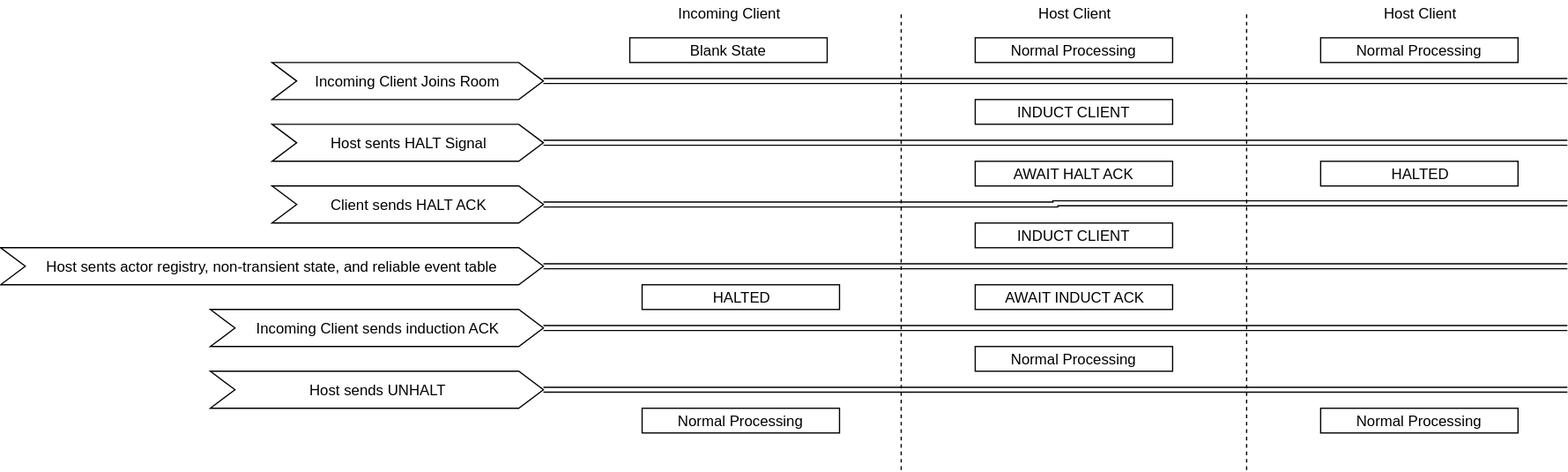
Above: doc/TypicalConnect.svg in Flynnn/ReActorNet (draw.io), before the change. Source tidied: cells renumbered, new cells last; positions are measured from the earlier drawing's top-left corner, leaving out a move shared by most shapes. Source of this version:
```xml
<mxGraphModel>
  <root>
    <mxCell id="0" />
    <mxCell id="1" parent="0" />
    <mxCell id="2" style="endArrow=none;dashed=1;html=1;" parent="1" edge="1">
      <mxGeometry relative="1" as="geometry">
        <mxPoint x="730" y="380" as="sourcePoint" />
        <mxPoint x="730" y="10" as="targetPoint" />
      </mxGeometry>
    </mxCell>
    <mxCell id="3" value="Normal Processing" style="rounded=1;whiteSpace=wrap;html=1;arcSize=0;" parent="1" vertex="1">
      <mxGeometry x="790" y="30" width="160" height="20" as="geometry" />
    </mxCell>
    <mxCell id="4" value="Host Client" style="text;html=1;strokeColor=none;fillColor=none;align=center;verticalAlign=middle;whiteSpace=wrap;rounded=0;" parent="1" vertex="1">
      <mxGeometry x="790" width="160" height="20" as="geometry" />
    </mxCell>
    <mxCell id="5" style="endArrow=none;dashed=1;html=1;" parent="1" edge="1">
      <mxGeometry relative="1" as="geometry">
        <mxPoint x="1010" y="380" as="sourcePoint" />
        <mxPoint x="1010" y="10" as="targetPoint" />
      </mxGeometry>
    </mxCell>
    <mxCell id="6" value="Incoming Client" style="text;html=1;strokeColor=none;fillColor=none;align=center;verticalAlign=middle;whiteSpace=wrap;rounded=0;" parent="1" vertex="1">
      <mxGeometry x="510" width="160" height="20" as="geometry" />
    </mxCell>
    <mxCell id="7" value="Blank State" style="rounded=1;whiteSpace=wrap;html=1;arcSize=0;" parent="1" vertex="1">
      <mxGeometry x="510" y="30" width="160" height="20" as="geometry" />
    </mxCell>
    <mxCell id="8" value="Host Client" style="text;html=1;strokeColor=none;fillColor=none;align=center;verticalAlign=middle;whiteSpace=wrap;rounded=0;" parent="1" vertex="1">
      <mxGeometry x="1070" width="160" height="20" as="geometry" />
    </mxCell>
    <mxCell id="9" value="Normal Processing" style="rounded=1;whiteSpace=wrap;html=1;arcSize=0;" parent="1" vertex="1">
      <mxGeometry x="1070" y="30" width="160" height="20" as="geometry" />
    </mxCell>
    <mxCell id="10" style="edgeStyle=orthogonalEdgeStyle;rounded=0;jettySize=auto;html=1;exitX=1;exitY=0.5;exitDx=0;exitDy=0;shape=link;" parent="1" edge="1" source="11">
      <mxGeometry relative="1" as="geometry">
        <mxPoint x="1270" y="65" as="targetPoint" />
      </mxGeometry>
    </mxCell>
    <mxCell id="11" value="Incoming Client Joins Room" style="shape=step;perimeter=stepPerimeter;whiteSpace=wrap;html=1;fixedSize=1;" parent="1" vertex="1">
      <mxGeometry x="220" y="50" width="220" height="30" as="geometry" />
    </mxCell>
    <mxCell id="12" style="edgeStyle=orthogonalEdgeStyle;rounded=0;jettySize=auto;html=1;exitX=1;exitY=0.5;exitDx=0;exitDy=0;shape=link;" parent="1" edge="1" source="13">
      <mxGeometry relative="1" as="geometry">
        <mxPoint x="1270" y="115" as="targetPoint" />
      </mxGeometry>
    </mxCell>
    <mxCell id="13" value="Host sents HALT Signal" style="shape=step;perimeter=stepPerimeter;whiteSpace=wrap;html=1;fixedSize=1;" parent="1" vertex="1">
      <mxGeometry x="220" y="100" width="220" height="30" as="geometry" />
    </mxCell>
    <mxCell id="14" value="INDUCT CLIENT" style="rounded=1;whiteSpace=wrap;html=1;arcSize=0;" parent="1" vertex="1">
      <mxGeometry x="790" y="80" width="160" height="20" as="geometry" />
    </mxCell>
    <mxCell id="15" style="edgeStyle=orthogonalEdgeStyle;rounded=0;jettySize=auto;html=1;exitX=1;exitY=0.5;exitDx=0;exitDy=0;shape=link;" parent="1" edge="1" source="16">
      <mxGeometry relative="1" as="geometry">
        <mxPoint x="1270" y="164" as="targetPoint" />
      </mxGeometry>
    </mxCell>
    <mxCell id="16" value="Client sends HALT ACK" style="shape=step;perimeter=stepPerimeter;whiteSpace=wrap;html=1;fixedSize=1;" parent="1" vertex="1">
      <mxGeometry x="220" y="150" width="220" height="30" as="geometry" />
    </mxCell>
    <mxCell id="17" style="edgeStyle=orthogonalEdgeStyle;rounded=0;jettySize=auto;html=1;exitX=1;exitY=0.5;exitDx=0;exitDy=0;shape=link;" parent="1" edge="1" source="18">
      <mxGeometry relative="1" as="geometry">
        <mxPoint x="1270" y="215" as="targetPoint" />
      </mxGeometry>
    </mxCell>
    <mxCell id="18" value="Host sents actor registry, non-transient state, and reliable event table" style="shape=step;perimeter=stepPerimeter;whiteSpace=wrap;html=1;fixedSize=1;" parent="1" vertex="1">
      <mxGeometry y="200" width="440" height="30" as="geometry" />
    </mxCell>
    <mxCell id="19" value="HALTED" style="rounded=1;whiteSpace=wrap;html=1;arcSize=0;" parent="1" vertex="1">
      <mxGeometry x="1070" y="130" width="160" height="20" as="geometry" />
    </mxCell>
    <mxCell id="20" value="INDUCT CLIENT" style="rounded=1;whiteSpace=wrap;html=1;arcSize=0;" parent="1" vertex="1">
      <mxGeometry x="790" y="180" width="160" height="20" as="geometry" />
    </mxCell>
    <mxCell id="21" value="HALTED" style="rounded=1;whiteSpace=wrap;html=1;arcSize=0;" parent="1" vertex="1">
      <mxGeometry x="520" y="230" width="160" height="20" as="geometry" />
    </mxCell>
    <mxCell id="22" style="edgeStyle=orthogonalEdgeStyle;rounded=0;jettySize=auto;html=1;exitX=1;exitY=0.5;exitDx=0;exitDy=0;shape=link;" parent="1" edge="1" source="23">
      <mxGeometry relative="1" as="geometry">
        <mxPoint x="1270" y="265" as="targetPoint" />
      </mxGeometry>
    </mxCell>
    <mxCell id="23" value="Incoming Client sends induction ACK" style="shape=step;perimeter=stepPerimeter;whiteSpace=wrap;html=1;fixedSize=1;" parent="1" vertex="1">
      <mxGeometry x="170" y="250" width="270" height="30" as="geometry" />
    </mxCell>
    <mxCell id="24" value="AWAIT HALT ACK" style="rounded=1;whiteSpace=wrap;html=1;arcSize=0;" parent="1" vertex="1">
      <mxGeometry x="790" y="130" width="160" height="20" as="geometry" />
    </mxCell>
    <mxCell id="25" value="AWAIT INDUCT ACK" style="rounded=1;whiteSpace=wrap;html=1;arcSize=0;" parent="1" vertex="1">
      <mxGeometry x="790" y="230" width="160" height="20" as="geometry" />
    </mxCell>
    <mxCell id="26" value="Normal Processing" style="rounded=1;whiteSpace=wrap;html=1;arcSize=0;" parent="1" vertex="1">
      <mxGeometry x="790" y="280" width="160" height="20" as="geometry" />
    </mxCell>
    <mxCell id="27" style="edgeStyle=orthogonalEdgeStyle;rounded=0;jettySize=auto;html=1;exitX=1;exitY=0.5;exitDx=0;exitDy=0;shape=link;" parent="1" edge="1" source="28">
      <mxGeometry relative="1" as="geometry">
        <mxPoint x="1270" y="315" as="targetPoint" />
      </mxGeometry>
    </mxCell>
    <mxCell id="28" value="Host sends UNHALT" style="shape=step;perimeter=stepPerimeter;whiteSpace=wrap;html=1;fixedSize=1;" parent="1" vertex="1">
      <mxGeometry x="170" y="300" width="270" height="30" as="geometry" />
    </mxCell>
    <mxCell id="29" value="Normal Processing" style="rounded=1;whiteSpace=wrap;html=1;arcSize=0;" parent="1" vertex="1">
      <mxGeometry x="520" y="330" width="160" height="20" as="geometry" />
    </mxCell>
    <mxCell id="30" value="Normal Processing" style="rounded=1;whiteSpace=wrap;html=1;arcSize=0;" parent="1" vertex="1">
      <mxGeometry x="1070" y="330" width="160" height="20" as="geometry" />
    </mxCell>
  </root>
</mxGraphModel>
```
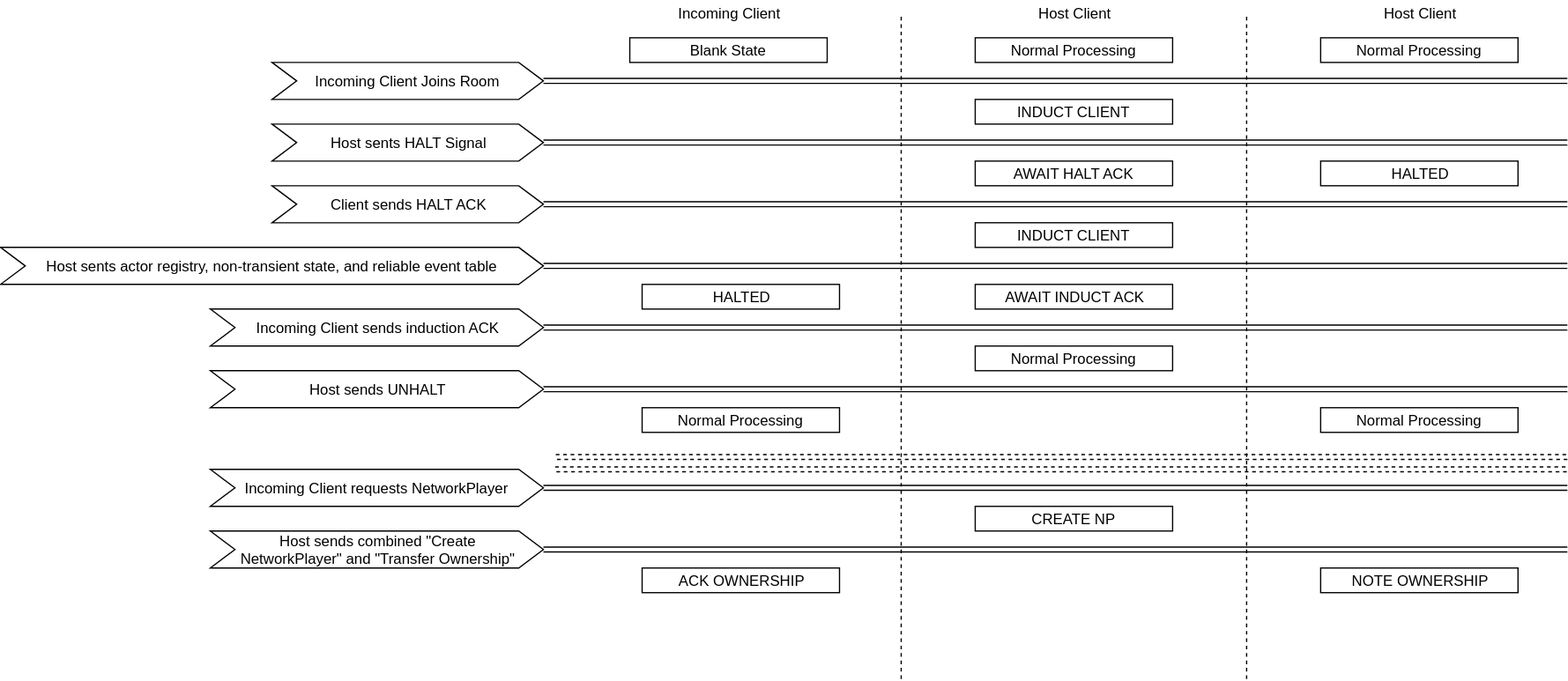
The same diagram one commit later.

Diff of the diagram source:
```diff
@@ -4,7 +4,7 @@
     <mxCell id="1" parent="0" />
     <mxCell id="2" style="endArrow=none;dashed=1;html=1;" parent="1" edge="1">
       <mxGeometry relative="1" as="geometry">
-        <mxPoint x="730" y="380" as="sourcePoint" />
+        <mxPoint x="730" y="550" as="sourcePoint" />
         <mxPoint x="730" y="10" as="targetPoint" />
       </mxGeometry>
     </mxCell>
@@ -16,7 +16,7 @@
     </mxCell>
     <mxCell id="5" style="endArrow=none;dashed=1;html=1;" parent="1" edge="1">
       <mxGeometry relative="1" as="geometry">
-        <mxPoint x="1010" y="380" as="sourcePoint" />
+        <mxPoint x="1010" y="550" as="sourcePoint" />
         <mxPoint x="1010" y="10" as="targetPoint" />
       </mxGeometry>
     </mxCell>
@@ -53,7 +53,7 @@
     </mxCell>
     <mxCell id="15" style="edgeStyle=orthogonalEdgeStyle;rounded=0;jettySize=auto;html=1;exitX=1;exitY=0.5;exitDx=0;exitDy=0;shape=link;" parent="1" edge="1" source="16">
       <mxGeometry relative="1" as="geometry">
-        <mxPoint x="1270" y="164" as="targetPoint" />
+        <mxPoint x="1270" y="165" as="targetPoint" />
       </mxGeometry>
     </mxCell>
     <mxCell id="16" value="Client sends HALT ACK" style="shape=step;perimeter=stepPerimeter;whiteSpace=wrap;html=1;fixedSize=1;" parent="1" vertex="1">
@@ -107,5 +107,42 @@
     <mxCell id="30" value="Normal Processing" style="rounded=1;whiteSpace=wrap;html=1;arcSize=0;" parent="1" vertex="1">
       <mxGeometry x="1070" y="330" width="160" height="20" as="geometry" />
     </mxCell>
+    <mxCell id="31" style="shape=link;html=1;dashed=1;" parent="1" edge="1">
+      <mxGeometry relative="1" as="geometry">
+        <mxPoint x="450" y="370" as="sourcePoint" />
+        <mxPoint x="1270" y="370" as="targetPoint" />
+      </mxGeometry>
+    </mxCell>
+    <mxCell id="32" style="shape=link;html=1;dashed=1;" parent="1" edge="1">
+      <mxGeometry relative="1" as="geometry">
+        <mxPoint x="449.5" y="380" as="sourcePoint" />
+        <mxPoint x="1269.5" y="380" as="targetPoint" />
+      </mxGeometry>
+    </mxCell>
+    <mxCell id="33" style="edgeStyle=orthogonalEdgeStyle;rounded=0;jettySize=auto;html=1;exitX=1;exitY=0.5;exitDx=0;exitDy=0;shape=link;" parent="1" edge="1" source="34">
+      <mxGeometry relative="1" as="geometry">
+        <mxPoint x="1270" y="395" as="targetPoint" />
+      </mxGeometry>
+    </mxCell>
+    <mxCell id="34" value="Incoming Client requests NetworkPlayer" style="shape=step;perimeter=stepPerimeter;whiteSpace=wrap;html=1;fixedSize=1;" parent="1" vertex="1">
+      <mxGeometry x="170" y="380" width="270" height="30" as="geometry" />
+    </mxCell>
+    <mxCell id="35" value="CREATE NP" style="rounded=1;whiteSpace=wrap;html=1;arcSize=0;" parent="1" vertex="1">
+      <mxGeometry x="790" y="410" width="160" height="20" as="geometry" />
+    </mxCell>
+    <mxCell id="36" style="edgeStyle=orthogonalEdgeStyle;rounded=0;jettySize=auto;html=1;exitX=1;exitY=0.5;exitDx=0;exitDy=0;shape=link;" parent="1" edge="1" source="37">
+      <mxGeometry relative="1" as="geometry">
+        <mxPoint x="1270" y="445" as="targetPoint" />
+      </mxGeometry>
+    </mxCell>
+    <mxCell id="37" value="Host sends combined &quot;Create&lt;br&gt;NetworkPlayer&quot; and &quot;Transfer Ownership&quot;" style="shape=step;perimeter=stepPerimeter;whiteSpace=wrap;html=1;fixedSize=1;" parent="1" vertex="1">
+      <mxGeometry x="170" y="430" width="270" height="30" as="geometry" />
+    </mxCell>
+    <mxCell id="38" value="ACK OWNERSHIP" style="rounded=1;whiteSpace=wrap;html=1;arcSize=0;" parent="1" vertex="1">
+      <mxGeometry x="520" y="460" width="160" height="20" as="geometry" />
+    </mxCell>
+    <mxCell id="39" value="NOTE OWNERSHIP" style="rounded=1;whiteSpace=wrap;html=1;arcSize=0;" parent="1" vertex="1">
+      <mxGeometry x="1070" y="460" width="160" height="20" as="geometry" />
+    </mxCell>
   </root>
 </mxGraphModel>
```
